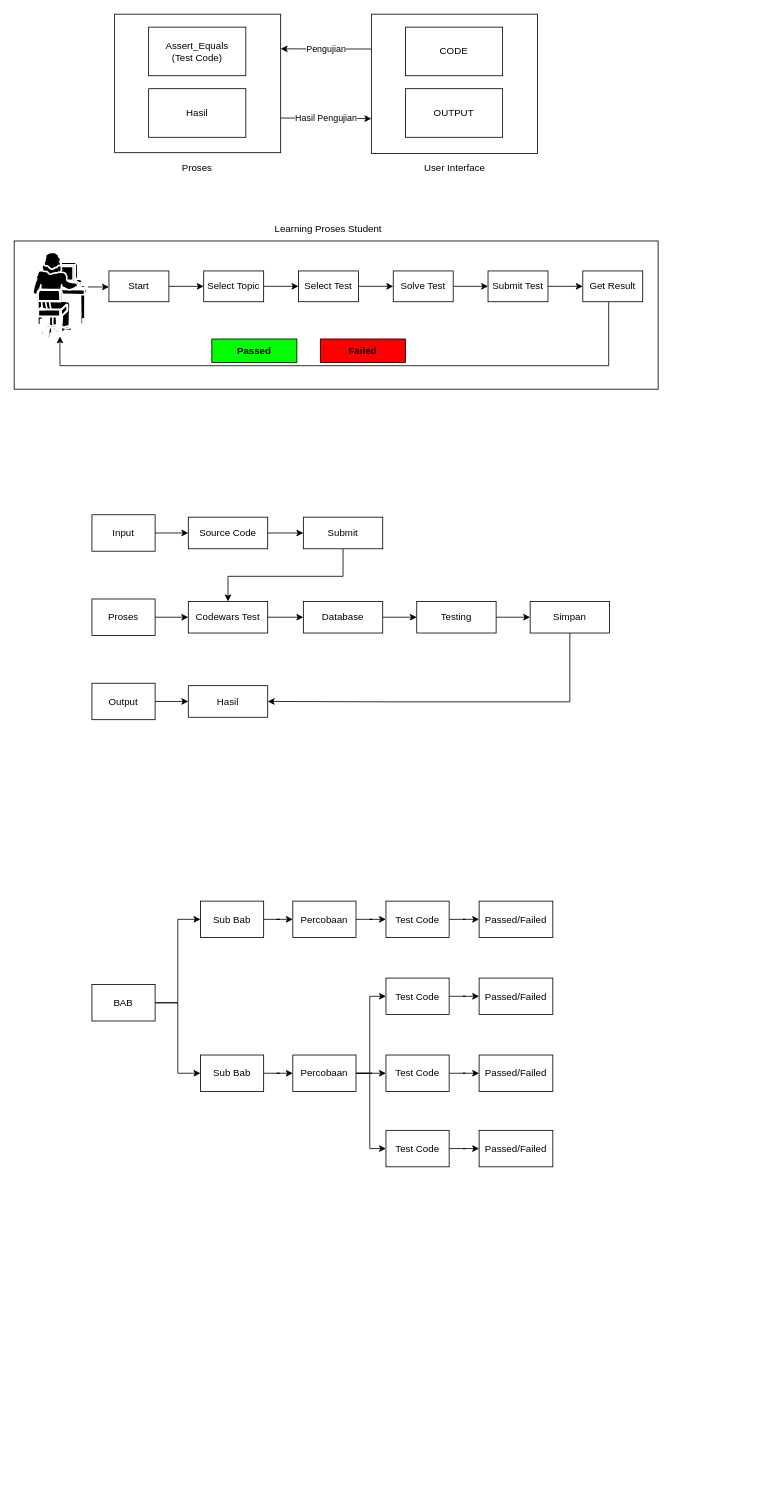
Above: Dll/Untitled Diagram.drawio in rianbtk/reposugiwaras (draw.io), before the change. Source tidied: cells renumbered, new cells numbered last; positions are measured from the earlier drawing's top-left corner, leaving out a move shared by most shapes. Both pictures are drawn from the tidied source at 81%, with x=0, y=0 at pixel (14, 14).
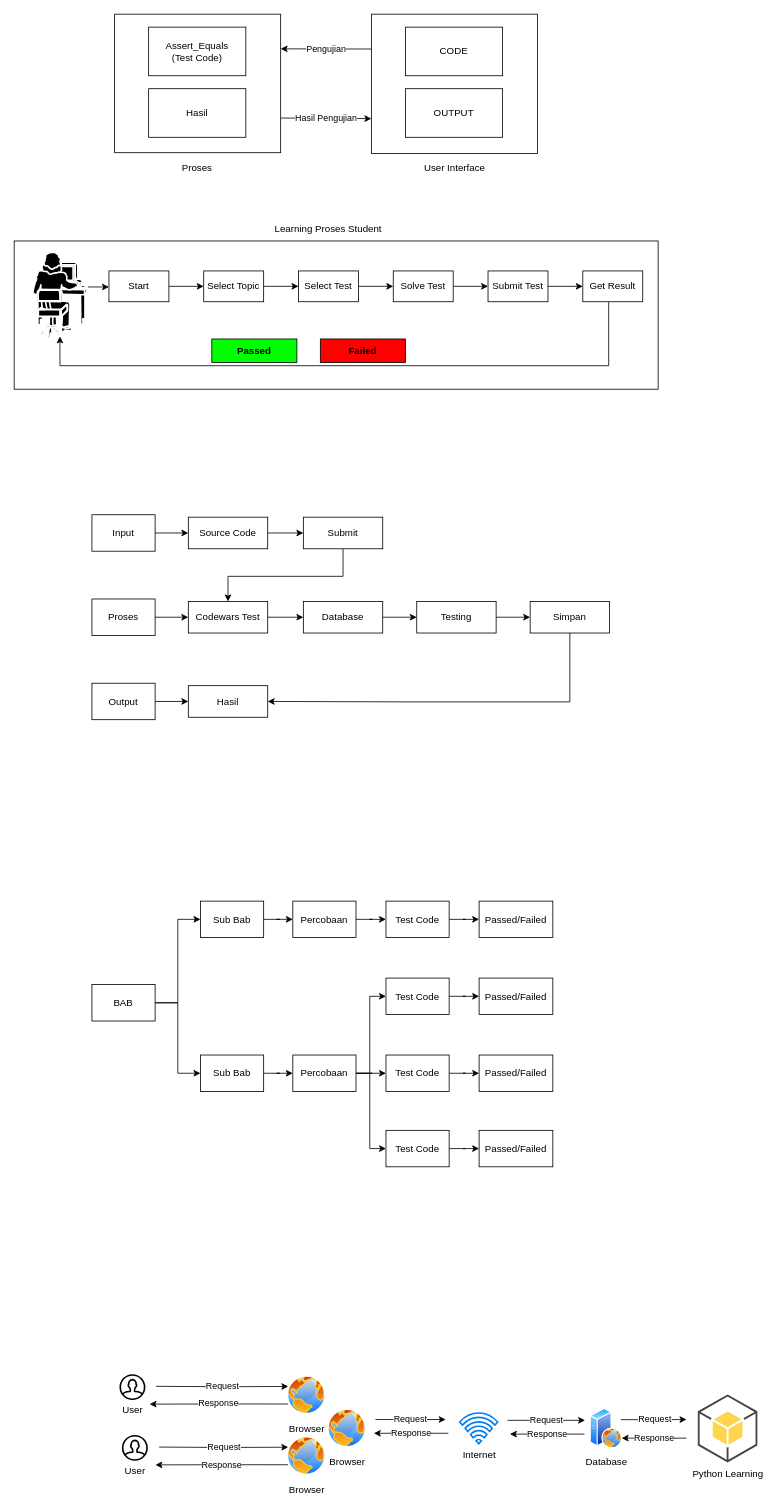
After the change.

What changed in the source:
```diff
@@
+    <mxCell id="74" value="Request" style="edgeStyle=orthogonalEdgeStyle;rounded=0;jettySize=auto;html=1;entryX=0;entryY=0.25;entryDx=0;entryDy=0;" parent="1" edge="1" target="79">
+      <mxGeometry relative="1" as="geometry">
+        <mxPoint x="175" y="1694" as="sourcePoint" />
+      </mxGeometry>
+    </mxCell>
+    <mxCell id="75" value="User" style="html=1;verticalLabelPosition=bottom;align=center;labelBackgroundColor=#ffffff;verticalAlign=top;strokeWidth=2;strokeColor=#000000;shadow=0;dashed=0;shape=mxgraph.ios7.icons.user;" parent="1" vertex="1">
+      <mxGeometry x="131" y="1680" width="30" height="30" as="geometry" />
+    </mxCell>
+    <mxCell id="76" value="&#10;&#10;&lt;span style=&quot;color: rgb(0, 0, 0); font-family: helvetica; font-size: 11px; font-style: normal; font-weight: 400; letter-spacing: normal; text-align: center; text-indent: 0px; text-transform: none; word-spacing: 0px; background-color: rgb(255, 255, 255); display: inline; float: none;&quot;&gt;Request&lt;/span&gt;&#10;&#10;" style="edgeStyle=orthogonalEdgeStyle;rounded=0;jettySize=auto;html=1;entryX=0;entryY=0.25;entryDx=0;entryDy=0;" parent="1" edge="1" target="81">
+      <mxGeometry relative="1" as="geometry">
+        <mxPoint x="179" y="1769" as="sourcePoint" />
+      </mxGeometry>
+    </mxCell>
+    <mxCell id="77" value="User" style="html=1;verticalLabelPosition=bottom;align=center;labelBackgroundColor=#ffffff;verticalAlign=top;strokeWidth=2;strokeColor=#000000;shadow=0;dashed=0;shape=mxgraph.ios7.icons.user;" parent="1" vertex="1">
+      <mxGeometry x="134" y="1755" width="30" height="30" as="geometry" />
+    </mxCell>
+    <mxCell id="78" value="Response" style="edgeStyle=orthogonalEdgeStyle;rounded=0;jettySize=auto;html=1;exitX=0;exitY=0.75;exitDx=0;exitDy=0;" parent="1" edge="1" source="79">
+      <mxGeometry relative="1" as="geometry">
+        <mxPoint x="167.2" y="1716" as="targetPoint" />
+      </mxGeometry>
+    </mxCell>
+    <mxCell id="79" value="Browser" style="perimeter=ellipsePerimeter;html=1;align=center;shadow=0;dashed=0;spacingTop=3;image;image=img/lib/active_directory/internet_globe.svg;strokeColor=#000000;" parent="1" vertex="1">
+      <mxGeometry x="336" y="1680" width="50" height="50" as="geometry" />
+    </mxCell>
+    <mxCell id="80" value="Response" style="edgeStyle=orthogonalEdgeStyle;rounded=0;jettySize=auto;html=1;exitX=0;exitY=0.75;exitDx=0;exitDy=0;" parent="1" edge="1" source="81">
+      <mxGeometry relative="1" as="geometry">
+        <mxPoint x="174.4" y="1791" as="targetPoint" />
+      </mxGeometry>
+    </mxCell>
+    <mxCell id="81" value="Browser" style="perimeter=ellipsePerimeter;html=1;align=center;shadow=0;dashed=0;spacingTop=3;image;image=img/lib/active_directory/internet_globe.svg;strokeColor=#000000;" parent="1" vertex="1">
+      <mxGeometry x="336" y="1755" width="50" height="50" as="geometry" />
+    </mxCell>
+    <mxCell id="82" value="&#10;&#10;&lt;span style=&quot;color: rgb(0, 0, 0); font-family: helvetica; font-size: 11px; font-style: normal; font-weight: 400; letter-spacing: normal; text-align: center; text-indent: 0px; text-transform: none; word-spacing: 0px; background-color: rgb(255, 255, 255); display: inline; float: none;&quot;&gt;Request&lt;/span&gt;&#10;&#10;" style="edgeStyle=orthogonalEdgeStyle;rounded=0;orthogonalLoop=1;jettySize=auto;html=1;" parent="1" edge="1">
+      <mxGeometry relative="1" as="geometry">
+        <mxPoint x="446" y="1735" as="sourcePoint" />
+        <mxPoint x="532.8" y="1735" as="targetPoint" />
+      </mxGeometry>
+    </mxCell>
+    <mxCell id="83" value="Browser" style="perimeter=ellipsePerimeter;html=1;align=center;shadow=0;dashed=0;spacingTop=3;image;image=img/lib/active_directory/internet_globe.svg;strokeColor=#000000;" parent="1" vertex="1">
+      <mxGeometry x="386" y="1721" width="50" height="50" as="geometry" />
+    </mxCell>
+    <mxCell id="84" value="&#10;&#10;&lt;span style=&quot;color: rgb(0, 0, 0); font-family: helvetica; font-size: 11px; font-style: normal; font-weight: 400; letter-spacing: normal; text-align: center; text-indent: 0px; text-transform: none; word-spacing: 0px; background-color: rgb(255, 255, 255); display: inline; float: none;&quot;&gt;Request&lt;/span&gt;&#10;&#10;" style="edgeStyle=orthogonalEdgeStyle;rounded=0;orthogonalLoop=1;jettySize=auto;html=1;" parent="1" edge="1">
+      <mxGeometry relative="1" as="geometry">
+        <mxPoint x="609" y="1736" as="sourcePoint" />
+        <mxPoint x="704.8" y="1736" as="targetPoint" />
+      </mxGeometry>
+    </mxCell>
+    <mxCell id="85" value="Internet" style="html=1;verticalLabelPosition=bottom;align=center;labelBackgroundColor=#ffffff;verticalAlign=top;strokeWidth=2;strokeColor=#0080F0;shadow=0;dashed=0;shape=mxgraph.ios7.icons.wifi;" parent="1" vertex="1">
+      <mxGeometry x="550" y="1727" width="47" height="38" as="geometry" />
+    </mxCell>
+    <mxCell id="86" value="&#10;&#10;&lt;span style=&quot;color: rgb(0, 0, 0); font-family: helvetica; font-size: 11px; font-style: normal; font-weight: 400; letter-spacing: normal; text-align: center; text-indent: 0px; text-transform: none; word-spacing: 0px; background-color: rgb(255, 255, 255); display: inline; float: none;&quot;&gt;Request&lt;/span&gt;&#10;&#10;" style="edgeStyle=orthogonalEdgeStyle;rounded=0;jettySize=auto;html=1;exitX=1;exitY=0.25;exitDx=0;exitDy=0;" parent="1" edge="1" source="87">
+      <mxGeometry relative="1" as="geometry">
+        <mxPoint x="830" y="1735" as="targetPoint" />
+      </mxGeometry>
+    </mxCell>
+    <mxCell id="87" value="Database" style="perimeter=ellipsePerimeter;html=1;align=center;shadow=0;dashed=0;spacingTop=3;image;image=img/lib/active_directory/web_server.svg;strokeColor=#000000;" parent="1" vertex="1">
+      <mxGeometry x="711" y="1721" width="40" height="50" as="geometry" />
+    </mxCell>
+    <mxCell id="88" value="Python Learning" style="dashed=0;verticalLabelPosition=bottom;verticalAlign=top;align=center;html=1;shape=mxgraph.aws3.android;fillColor=#FFD44F;gradientColor=none;strokeColor=#000000;" parent="1" vertex="1">
+      <mxGeometry x="844" y="1704" width="73.5" height="84" as="geometry" />
+    </mxCell>
+    <mxCell id="89" value="Response" style="edgeStyle=orthogonalEdgeStyle;rounded=0;orthogonalLoop=1;jettySize=auto;html=1;" parent="1" edge="1">
+      <mxGeometry relative="1" as="geometry">
+        <mxPoint x="536" y="1752" as="sourcePoint" />
+        <mxPoint x="444" y="1752" as="targetPoint" />
+        <Array as="points">
+          <mxPoint x="455" y="1752" />
+        </Array>
+      </mxGeometry>
+    </mxCell>
+    <mxCell id="90" value="Response" style="edgeStyle=orthogonalEdgeStyle;rounded=0;orthogonalLoop=1;jettySize=auto;html=1;" parent="1" edge="1">
+      <mxGeometry relative="1" as="geometry">
+        <mxPoint x="704" y="1753" as="sourcePoint" />
+        <mxPoint x="612" y="1753" as="targetPoint" />
+        <Array as="points">
+          <mxPoint x="623" y="1753" />
+        </Array>
+      </mxGeometry>
+    </mxCell>
+    <mxCell id="91" value="Response" style="edgeStyle=orthogonalEdgeStyle;rounded=0;orthogonalLoop=1;jettySize=auto;html=1;" parent="1" edge="1">
+      <mxGeometry relative="1" as="geometry">
+        <mxPoint x="830" y="1758" as="sourcePoint" />
+        <mxPoint x="750" y="1758" as="targetPoint" />
+        <Array as="points">
+          <mxPoint x="761" y="1758" />
+        </Array>
+      </mxGeometry>
+    </mxCell>
```
